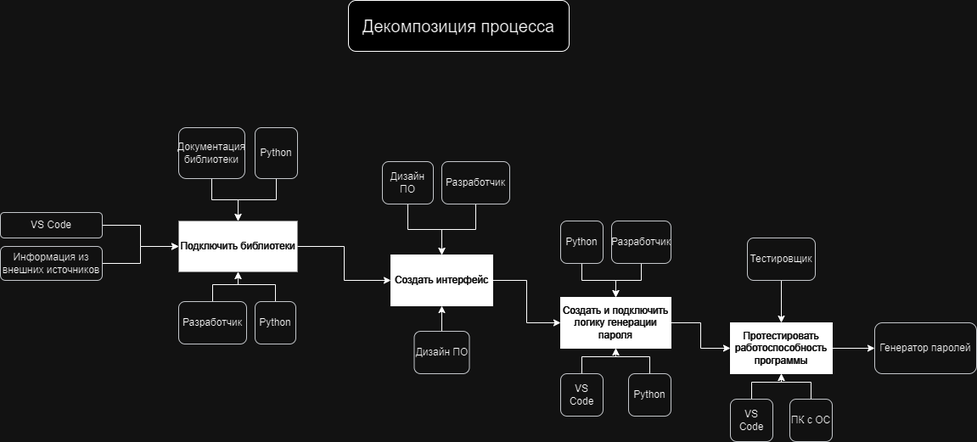
Earlier version of the draw.io export Password_Generator/IDeF0.drawio.png (Besego/Password-Generator). Source tidied: cells renumbered, new cells last; positions are measured from the earlier drawing's top-left corner, leaving out a move shared by most shapes. Source of this version:
```xml
<mxGraphModel>
  <root>
    <mxCell id="0" />
    <mxCell id="1" parent="0" />
    <mxCell id="2" style="edgeStyle=orthogonalEdgeStyle;rounded=0;jettySize=auto;html=1;entryX=0;entryY=0.5;entryDx=0;entryDy=0;" parent="1" edge="1" source="3" target="7">
      <mxGeometry relative="1" as="geometry" />
    </mxCell>
    <mxCell id="3" value="&lt;div&gt;Создать интерфейс&lt;/div&gt;" style="rounded=0;whiteSpace=wrap;html=1;align=center;verticalAlign=middle;fillColor=#000000;fontColor=#FFFFFF;" parent="1" vertex="1">
      <mxGeometry x="460" y="300" width="120" height="60" as="geometry" />
    </mxCell>
    <mxCell id="4" style="edgeStyle=orthogonalEdgeStyle;rounded=0;jettySize=auto;html=1;entryX=0;entryY=0.5;entryDx=0;entryDy=0;" parent="1" edge="1" source="5" target="3">
      <mxGeometry relative="1" as="geometry" />
    </mxCell>
    <mxCell id="5" value="&lt;div&gt;Подключить библиотеки&lt;/div&gt;" style="rounded=0;whiteSpace=wrap;html=1;align=center;verticalAlign=middle;fillColor=#000000;strokeColor=none;fontColor=#ffffff;" parent="1" vertex="1">
      <mxGeometry x="210" y="260" width="140" height="60" as="geometry" />
    </mxCell>
    <mxCell id="6" style="edgeStyle=orthogonalEdgeStyle;rounded=0;jettySize=auto;html=1;entryX=0;entryY=0.5;entryDx=0;entryDy=0;" parent="1" edge="1" source="7" target="9">
      <mxGeometry relative="1" as="geometry" />
    </mxCell>
    <mxCell id="7" value="&lt;div&gt;Создать и подключить логику генерации пароля&lt;/div&gt;" style="rounded=0;whiteSpace=wrap;html=1;align=center;verticalAlign=middle;fillColor=#000000;fontColor=#FFFFFF;" parent="1" vertex="1">
      <mxGeometry x="660" y="350" width="130" height="60" as="geometry" />
    </mxCell>
    <mxCell id="8" style="edgeStyle=orthogonalEdgeStyle;rounded=0;jettySize=auto;html=1;entryX=0;entryY=0.5;entryDx=0;entryDy=0;" parent="1" edge="1" source="9" target="38">
      <mxGeometry relative="1" as="geometry" />
    </mxCell>
    <mxCell id="9" value="Протестировать работоспособность программы" style="rounded=0;whiteSpace=wrap;html=1;align=center;verticalAlign=middle;fillColor=#000000;fontColor=#FFFFFF;" parent="1" vertex="1">
      <mxGeometry x="860" y="380" width="120" height="60" as="geometry" />
    </mxCell>
    <mxCell id="10" style="edgeStyle=orthogonalEdgeStyle;rounded=0;jettySize=auto;html=1;exitX=1;exitY=0.5;exitDx=0;exitDy=0;entryX=0;entryY=0.5;entryDx=0;entryDy=0;" parent="1" edge="1" source="11" target="5">
      <mxGeometry relative="1" as="geometry" />
    </mxCell>
    <mxCell id="11" value="VS Code" style="rounded=1;whiteSpace=wrap;html=1;fillColor=#eeeeee;strokeColor=#36393d;" parent="1" vertex="1">
      <mxGeometry y="250" width="120" height="30" as="geometry" />
    </mxCell>
    <mxCell id="12" style="edgeStyle=orthogonalEdgeStyle;rounded=0;jettySize=auto;html=1;exitX=1;exitY=0.5;exitDx=0;exitDy=0;entryX=0;entryY=0.5;entryDx=0;entryDy=0;" parent="1" edge="1" source="13" target="5">
      <mxGeometry relative="1" as="geometry" />
    </mxCell>
    <mxCell id="13" value="Информация из внешних источников" style="rounded=1;whiteSpace=wrap;html=1;fillColor=#eeeeee;strokeColor=#36393d;" parent="1" vertex="1">
      <mxGeometry y="290" width="120" height="40" as="geometry" />
    </mxCell>
    <mxCell id="14" style="edgeStyle=orthogonalEdgeStyle;rounded=0;jettySize=auto;html=1;" parent="1" edge="1" source="15" target="5">
      <mxGeometry relative="1" as="geometry" />
    </mxCell>
    <mxCell id="15" value="Документация библиотеки" style="rounded=1;whiteSpace=wrap;html=1;fillColor=#eeeeee;strokeColor=#36393d;" parent="1" vertex="1">
      <mxGeometry x="210" y="150" width="78" height="60" as="geometry" />
    </mxCell>
    <mxCell id="16" style="edgeStyle=orthogonalEdgeStyle;rounded=0;jettySize=auto;html=1;entryX=0.5;entryY=1;entryDx=0;entryDy=0;" parent="1" edge="1" source="17" target="3">
      <mxGeometry relative="1" as="geometry" />
    </mxCell>
    <mxCell id="17" value="Дизайн ПО" style="rounded=1;whiteSpace=wrap;html=1;fillColor=#eeeeee;strokeColor=#36393d;" parent="1" vertex="1">
      <mxGeometry x="487.5" y="390" width="65" height="50" as="geometry" />
    </mxCell>
    <mxCell id="18" style="edgeStyle=orthogonalEdgeStyle;rounded=0;jettySize=auto;html=1;entryX=0.5;entryY=0;entryDx=0;entryDy=0;" parent="1" edge="1" source="19" target="3">
      <mxGeometry relative="1" as="geometry" />
    </mxCell>
    <mxCell id="19" value="Дизайн ПО" style="rounded=1;whiteSpace=wrap;html=1;fillColor=#eeeeee;strokeColor=#36393d;" parent="1" vertex="1">
      <mxGeometry x="450" y="190" width="60" height="50" as="geometry" />
    </mxCell>
    <mxCell id="20" style="edgeStyle=orthogonalEdgeStyle;rounded=0;jettySize=auto;html=1;entryX=0.5;entryY=0;entryDx=0;entryDy=0;" parent="1" edge="1" source="21" target="3">
      <mxGeometry relative="1" as="geometry" />
    </mxCell>
    <mxCell id="21" value="Разработчик" style="rounded=1;whiteSpace=wrap;html=1;fillColor=#eeeeee;strokeColor=#36393d;" parent="1" vertex="1">
      <mxGeometry x="520" y="190" width="80" height="50" as="geometry" />
    </mxCell>
    <mxCell id="22" style="edgeStyle=orthogonalEdgeStyle;rounded=0;jettySize=auto;html=1;entryX=0.5;entryY=1;entryDx=0;entryDy=0;" parent="1" edge="1" source="23" target="7">
      <mxGeometry relative="1" as="geometry" />
    </mxCell>
    <mxCell id="23" value="VS Code" style="rounded=1;whiteSpace=wrap;html=1;fillColor=#eeeeee;strokeColor=#36393d;" parent="1" vertex="1">
      <mxGeometry x="660" y="440" width="50" height="50" as="geometry" />
    </mxCell>
    <mxCell id="24" style="edgeStyle=orthogonalEdgeStyle;rounded=0;jettySize=auto;html=1;entryX=0.5;entryY=1;entryDx=0;entryDy=0;" parent="1" edge="1" source="25" target="7">
      <mxGeometry relative="1" as="geometry" />
    </mxCell>
    <mxCell id="25" value="Python" style="rounded=1;whiteSpace=wrap;html=1;fillColor=#eeeeee;strokeColor=#36393d;" parent="1" vertex="1">
      <mxGeometry x="740" y="440" width="50" height="50" as="geometry" />
    </mxCell>
    <mxCell id="26" style="edgeStyle=orthogonalEdgeStyle;rounded=0;jettySize=auto;html=1;entryX=0.5;entryY=0;entryDx=0;entryDy=0;" parent="1" edge="1" source="27" target="5">
      <mxGeometry relative="1" as="geometry" />
    </mxCell>
    <mxCell id="27" value="Python" style="rounded=1;whiteSpace=wrap;html=1;fillColor=#eeeeee;strokeColor=#36393d;" parent="1" vertex="1">
      <mxGeometry x="300" y="150" width="50" height="60" as="geometry" />
    </mxCell>
    <mxCell id="28" style="edgeStyle=orthogonalEdgeStyle;rounded=0;jettySize=auto;html=1;entryX=0.5;entryY=0;entryDx=0;entryDy=0;" parent="1" edge="1" source="29" target="7">
      <mxGeometry relative="1" as="geometry" />
    </mxCell>
    <mxCell id="29" value="Python" style="rounded=1;whiteSpace=wrap;html=1;fillColor=#eeeeee;strokeColor=#36393d;" parent="1" vertex="1">
      <mxGeometry x="660" y="260" width="50" height="50" as="geometry" />
    </mxCell>
    <mxCell id="30" style="edgeStyle=orthogonalEdgeStyle;rounded=0;jettySize=auto;html=1;entryX=0.5;entryY=0;entryDx=0;entryDy=0;" parent="1" edge="1" source="31" target="7">
      <mxGeometry relative="1" as="geometry" />
    </mxCell>
    <mxCell id="31" value="Разработчик" style="rounded=1;whiteSpace=wrap;html=1;fillColor=#eeeeee;strokeColor=#36393d;" parent="1" vertex="1">
      <mxGeometry x="720" y="260" width="70" height="50" as="geometry" />
    </mxCell>
    <mxCell id="32" style="edgeStyle=orthogonalEdgeStyle;rounded=0;jettySize=auto;html=1;entryX=0.5;entryY=0;entryDx=0;entryDy=0;" parent="1" edge="1" source="33" target="9">
      <mxGeometry relative="1" as="geometry" />
    </mxCell>
    <mxCell id="33" value="Тестировщик" style="rounded=1;whiteSpace=wrap;html=1;fillColor=#eeeeee;strokeColor=#36393d;" parent="1" vertex="1">
      <mxGeometry x="880" y="280" width="80" height="50" as="geometry" />
    </mxCell>
    <mxCell id="34" style="edgeStyle=orthogonalEdgeStyle;rounded=0;jettySize=auto;html=1;entryX=0.5;entryY=1;entryDx=0;entryDy=0;" parent="1" edge="1" source="35" target="9">
      <mxGeometry relative="1" as="geometry" />
    </mxCell>
    <mxCell id="35" value="VS Code" style="rounded=1;whiteSpace=wrap;html=1;fillColor=#eeeeee;strokeColor=#36393d;" parent="1" vertex="1">
      <mxGeometry x="860" y="470" width="50" height="50" as="geometry" />
    </mxCell>
    <mxCell id="36" style="edgeStyle=orthogonalEdgeStyle;rounded=0;jettySize=auto;html=1;entryX=0.5;entryY=1;entryDx=0;entryDy=0;" parent="1" edge="1" source="37" target="9">
      <mxGeometry relative="1" as="geometry" />
    </mxCell>
    <mxCell id="37" value="ПК с ОС" style="rounded=1;whiteSpace=wrap;html=1;fillColor=#eeeeee;strokeColor=#36393d;" parent="1" vertex="1">
      <mxGeometry x="930" y="470" width="50" height="50" as="geometry" />
    </mxCell>
    <mxCell id="38" value="Генератор паролей" style="rounded=1;whiteSpace=wrap;html=1;fillColor=#eeeeee;strokeColor=#36393d;" parent="1" vertex="1">
      <mxGeometry x="1030" y="380" width="120" height="60" as="geometry" />
    </mxCell>
    <mxCell id="39" value="&lt;font style=&quot;font-size: 20px;&quot;&gt;Декомпозиция процесса&lt;/font&gt;" style="rounded=1;whiteSpace=wrap;html=1;" parent="1" vertex="1">
      <mxGeometry x="410" width="260" height="60" as="geometry" />
    </mxCell>
    <mxCell id="40" style="edgeStyle=orthogonalEdgeStyle;rounded=0;jettySize=auto;html=1;entryX=0.5;entryY=1;entryDx=0;entryDy=0;" parent="1" edge="1" source="41" target="5">
      <mxGeometry relative="1" as="geometry" />
    </mxCell>
    <mxCell id="41" value="Разработчик" style="rounded=1;whiteSpace=wrap;html=1;fillColor=#eeeeee;strokeColor=#36393d;" parent="1" vertex="1">
      <mxGeometry x="210" y="355" width="80" height="50" as="geometry" />
    </mxCell>
    <mxCell id="42" style="edgeStyle=orthogonalEdgeStyle;rounded=0;jettySize=auto;html=1;entryX=0.5;entryY=1;entryDx=0;entryDy=0;" parent="1" edge="1" source="43" target="5">
      <mxGeometry relative="1" as="geometry" />
    </mxCell>
    <mxCell id="43" value="Python" style="rounded=1;whiteSpace=wrap;html=1;fillColor=#eeeeee;strokeColor=#36393d;" parent="1" vertex="1">
      <mxGeometry x="300" y="355" width="48" height="50" as="geometry" />
    </mxCell>
  </root>
</mxGraphModel>
```
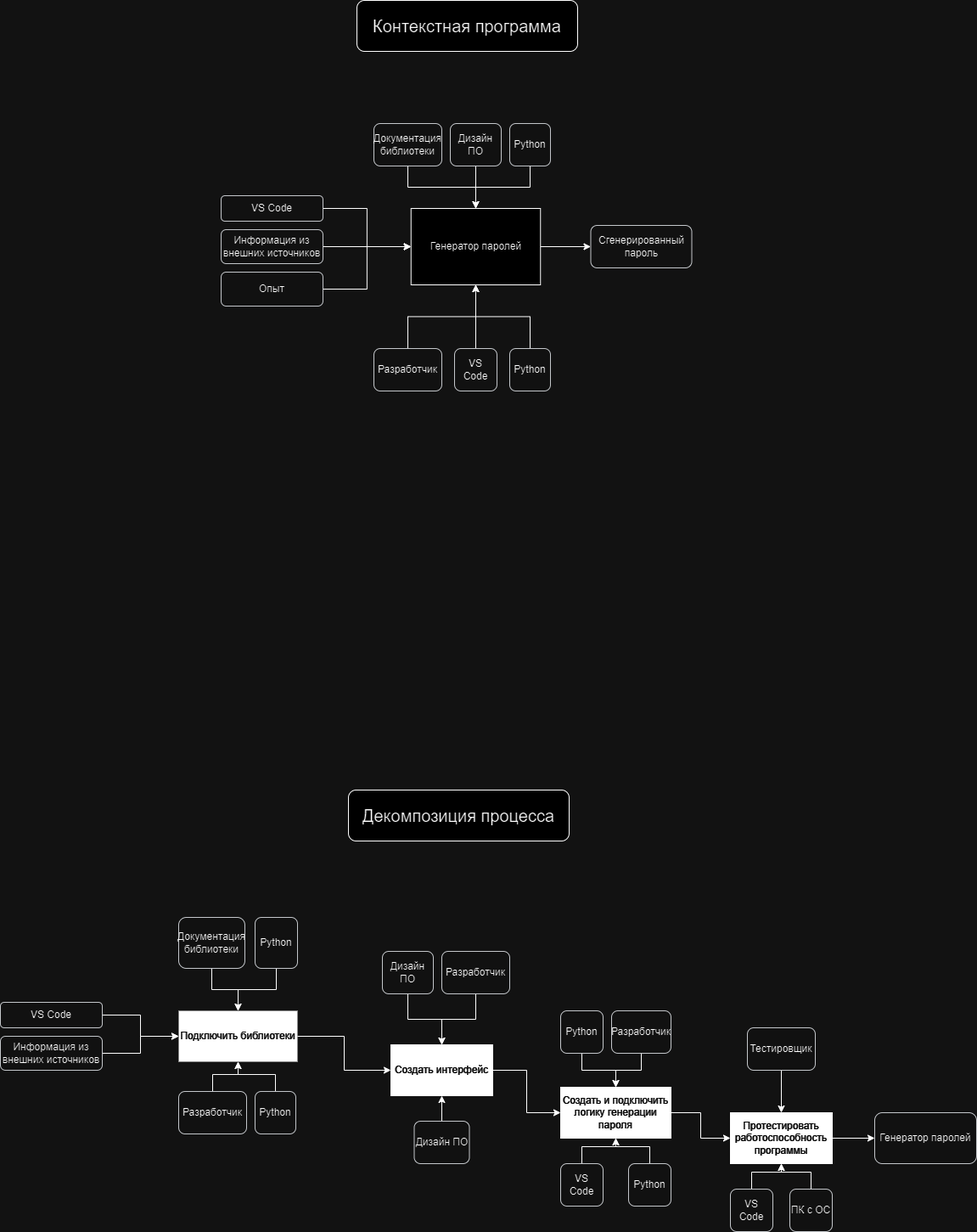
The same file after the commit.

Change to the diagram source:
```diff
@@ -128,5 +128,71 @@
     <mxCell id="43" value="Python" style="rounded=1;whiteSpace=wrap;html=1;fillColor=#eeeeee;strokeColor=#36393d;" parent="1" vertex="1">
       <mxGeometry x="300" y="355" width="48" height="50" as="geometry" />
     </mxCell>
+    <mxCell id="44" value="&lt;font style=&quot;font-size: 20px;&quot;&gt;Контекстная программа&lt;/font&gt;" style="rounded=1;whiteSpace=wrap;html=1;" parent="1" vertex="1">
+      <mxGeometry x="420" y="-930" width="260" height="60" as="geometry" />
+    </mxCell>
+    <mxCell id="45" style="edgeStyle=orthogonalEdgeStyle;rounded=0;jettySize=auto;html=1;entryX=0;entryY=0.5;entryDx=0;entryDy=0;" parent="1" edge="1" source="46" target="65">
+      <mxGeometry relative="1" as="geometry" />
+    </mxCell>
+    <mxCell id="46" value="Генератор паролей" style="rounded=0;whiteSpace=wrap;html=1;" parent="1" vertex="1">
+      <mxGeometry x="483.8" y="-685" width="152.5" height="90" as="geometry" />
+    </mxCell>
+    <mxCell id="47" style="edgeStyle=orthogonalEdgeStyle;rounded=0;jettySize=auto;html=1;entryX=0;entryY=0.5;entryDx=0;entryDy=0;" parent="1" edge="1" source="48" target="46">
+      <mxGeometry relative="1" as="geometry" />
+    </mxCell>
+    <mxCell id="48" value="VS Code" style="rounded=1;whiteSpace=wrap;html=1;fillColor=#eeeeee;strokeColor=#36393d;" parent="1" vertex="1">
+      <mxGeometry x="260" y="-700" width="120" height="30" as="geometry" />
+    </mxCell>
+    <mxCell id="49" style="edgeStyle=orthogonalEdgeStyle;rounded=0;jettySize=auto;html=1;entryX=0;entryY=0.5;entryDx=0;entryDy=0;" parent="1" edge="1" source="50" target="46">
+      <mxGeometry relative="1" as="geometry" />
+    </mxCell>
+    <mxCell id="50" value="Информация из внешних источников" style="rounded=1;whiteSpace=wrap;html=1;fillColor=#eeeeee;strokeColor=#36393d;" parent="1" vertex="1">
+      <mxGeometry x="260" y="-660" width="120" height="40" as="geometry" />
+    </mxCell>
+    <mxCell id="51" style="edgeStyle=orthogonalEdgeStyle;rounded=0;jettySize=auto;html=1;entryX=0;entryY=0.5;entryDx=0;entryDy=0;" parent="1" edge="1" source="52" target="46">
+      <mxGeometry relative="1" as="geometry" />
+    </mxCell>
+    <mxCell id="52" value="Опыт" style="rounded=1;whiteSpace=wrap;html=1;fillColor=#eeeeee;strokeColor=#36393d;" parent="1" vertex="1">
+      <mxGeometry x="260" y="-610" width="120" height="40" as="geometry" />
+    </mxCell>
+    <mxCell id="53" style="edgeStyle=orthogonalEdgeStyle;rounded=0;jettySize=auto;html=1;entryX=0.5;entryY=1;entryDx=0;entryDy=0;" parent="1" edge="1" source="54" target="46">
+      <mxGeometry relative="1" as="geometry" />
+    </mxCell>
+    <mxCell id="54" value="VS Code" style="rounded=1;whiteSpace=wrap;html=1;fillColor=#eeeeee;strokeColor=#36393d;" parent="1" vertex="1">
+      <mxGeometry x="535" y="-520" width="50" height="50" as="geometry" />
+    </mxCell>
+    <mxCell id="55" style="edgeStyle=orthogonalEdgeStyle;rounded=0;jettySize=auto;html=1;entryX=0.5;entryY=1;entryDx=0;entryDy=0;" parent="1" edge="1" source="56" target="46">
+      <mxGeometry relative="1" as="geometry" />
+    </mxCell>
+    <mxCell id="56" value="Разработчик" style="rounded=1;whiteSpace=wrap;html=1;fillColor=#eeeeee;strokeColor=#36393d;" parent="1" vertex="1">
+      <mxGeometry x="440" y="-520" width="80" height="50" as="geometry" />
+    </mxCell>
+    <mxCell id="57" style="edgeStyle=orthogonalEdgeStyle;rounded=0;jettySize=auto;html=1;entryX=0.5;entryY=1;entryDx=0;entryDy=0;" parent="1" edge="1" source="58" target="46">
+      <mxGeometry relative="1" as="geometry" />
+    </mxCell>
+    <mxCell id="58" value="Python" style="rounded=1;whiteSpace=wrap;html=1;fillColor=#eeeeee;strokeColor=#36393d;" parent="1" vertex="1">
+      <mxGeometry x="600" y="-520" width="48" height="50" as="geometry" />
+    </mxCell>
+    <mxCell id="59" style="edgeStyle=orthogonalEdgeStyle;rounded=0;jettySize=auto;html=1;entryX=0.5;entryY=0;entryDx=0;entryDy=0;" parent="1" edge="1" source="60" target="46">
+      <mxGeometry relative="1" as="geometry" />
+    </mxCell>
+    <mxCell id="60" value="Документация библиотеки" style="rounded=1;whiteSpace=wrap;html=1;fillColor=#eeeeee;strokeColor=#36393d;" parent="1" vertex="1">
+      <mxGeometry x="440" y="-785" width="80" height="50" as="geometry" />
+    </mxCell>
+    <mxCell id="61" style="edgeStyle=orthogonalEdgeStyle;rounded=0;jettySize=auto;html=1;entryX=0.5;entryY=0;entryDx=0;entryDy=0;" parent="1" edge="1" source="62" target="46">
+      <mxGeometry relative="1" as="geometry" />
+    </mxCell>
+    <mxCell id="62" value="Дизайн ПО" style="rounded=1;whiteSpace=wrap;html=1;fillColor=#eeeeee;strokeColor=#36393d;" parent="1" vertex="1">
+      <mxGeometry x="530" y="-785" width="60" height="50" as="geometry" />
+    </mxCell>
+    <mxCell id="63" style="edgeStyle=orthogonalEdgeStyle;rounded=0;jettySize=auto;html=1;entryX=0.5;entryY=0;entryDx=0;entryDy=0;" parent="1" edge="1" source="64" target="46">
+      <mxGeometry relative="1" as="geometry" />
+    </mxCell>
+    <mxCell id="64" value="Python" style="rounded=1;whiteSpace=wrap;html=1;fillColor=#eeeeee;strokeColor=#36393d;" parent="1" vertex="1">
+      <mxGeometry x="600" y="-785" width="48" height="50" as="geometry" />
+    </mxCell>
+    <mxCell id="65" value="Сгенерированный пароль" style="rounded=1;whiteSpace=wrap;html=1;fillColor=#eeeeee;strokeColor=#36393d;" parent="1" vertex="1">
+      <mxGeometry x="695.5" y="-665" width="119" height="50" as="geometry" />
+    </mxCell>
   </root>
 </mxGraphModel>
```
